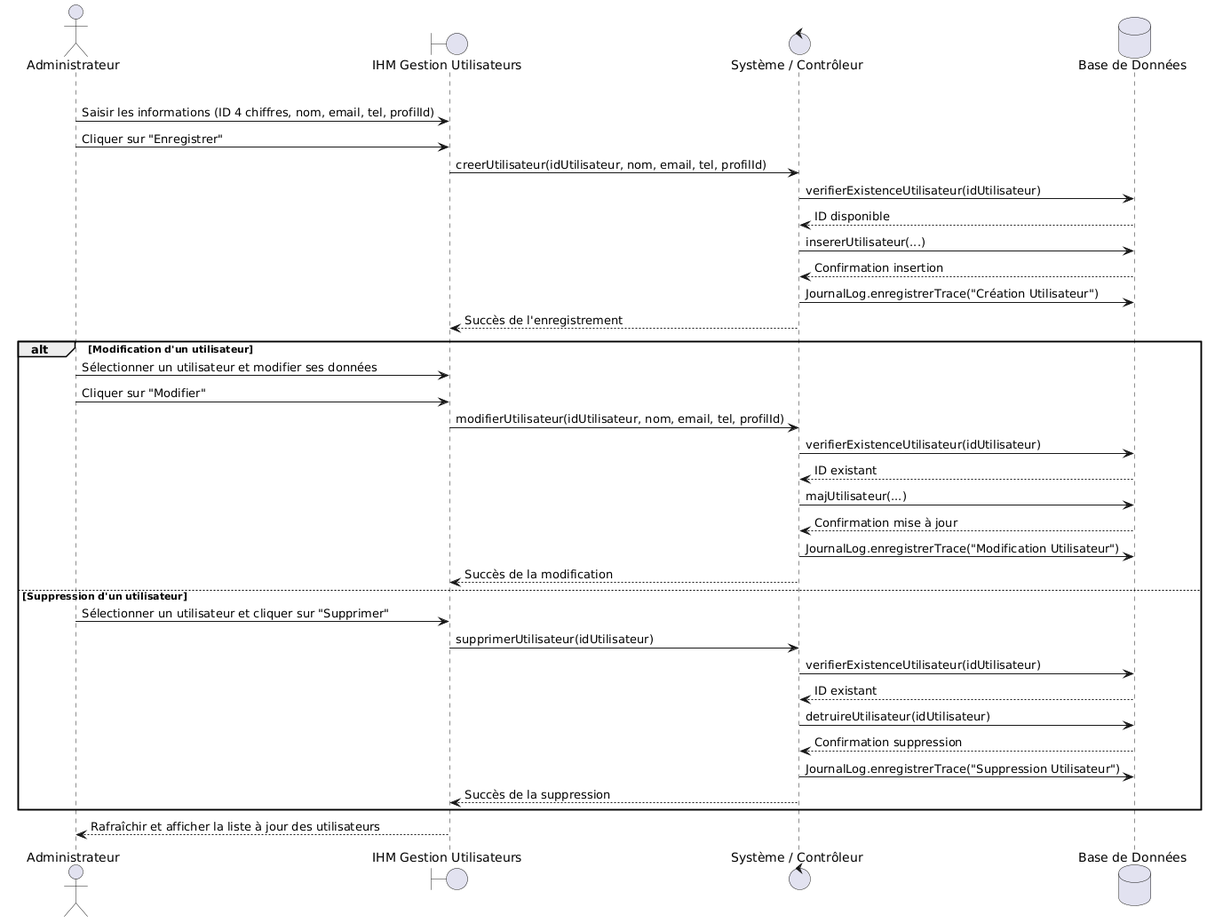
Earlier version of the PlantUML export assets/seq_admin.png (HamdiMohamedAli/STEG-Immobilisation-Project). Source of this version:
```plantuml
@startuml
actor Administrateur as Admin
boundary "IHM Gestion Utilisateurs" as IHM
control "Système / Contrôleur" as Sys
database "Base de Données" as BDD

alt Création d'un utilisateur
    Admin -> IHM: Saisir les informations (ID 4 chiffres, nom, email, tel, profilId)
    Admin -> IHM: Cliquer sur "Enregistrer"
    IHM -> Sys: creerUtilisateur(idUtilisateur, nom, email, tel, profilId)
    Sys -> BDD: verifierExistenceUtilisateur(idUtilisateur)
    BDD --> Sys: ID disponible
    Sys -> BDD: insererUtilisateur(...)
    BDD --> Sys: Confirmation insertion
    Sys -> BDD: JournalLog.enregistrerTrace("Création Utilisateur")
    Sys --> IHM: Succès de l'enregistrement

alt Modification d'un utilisateur
    Admin -> IHM: Sélectionner un utilisateur et modifier ses données
    Admin -> IHM: Cliquer sur "Modifier"
    IHM -> Sys: modifierUtilisateur(idUtilisateur, nom, email, tel, profilId)
    Sys -> BDD: verifierExistenceUtilisateur(idUtilisateur)
    BDD --> Sys: ID existant
    Sys -> BDD: majUtilisateur(...)
    BDD --> Sys: Confirmation mise à jour
    Sys -> BDD: JournalLog.enregistrerTrace("Modification Utilisateur")
    Sys --> IHM: Succès de la modification

else Suppression d'un utilisateur
    Admin -> IHM: Sélectionner un utilisateur et cliquer sur "Supprimer"
    IHM -> Sys: supprimerUtilisateur(idUtilisateur)
    Sys -> BDD: verifierExistenceUtilisateur(idUtilisateur)
    BDD --> Sys: ID existant
    Sys -> BDD: detruireUtilisateur(idUtilisateur)
    BDD --> Sys: Confirmation suppression
    Sys -> BDD: JournalLog.enregistrerTrace("Suppression Utilisateur")
    Sys --> IHM: Succès de la suppression
end

IHM --> Admin: Rafraîchir et afficher la liste à jour des utilisateurs
@enduml
```
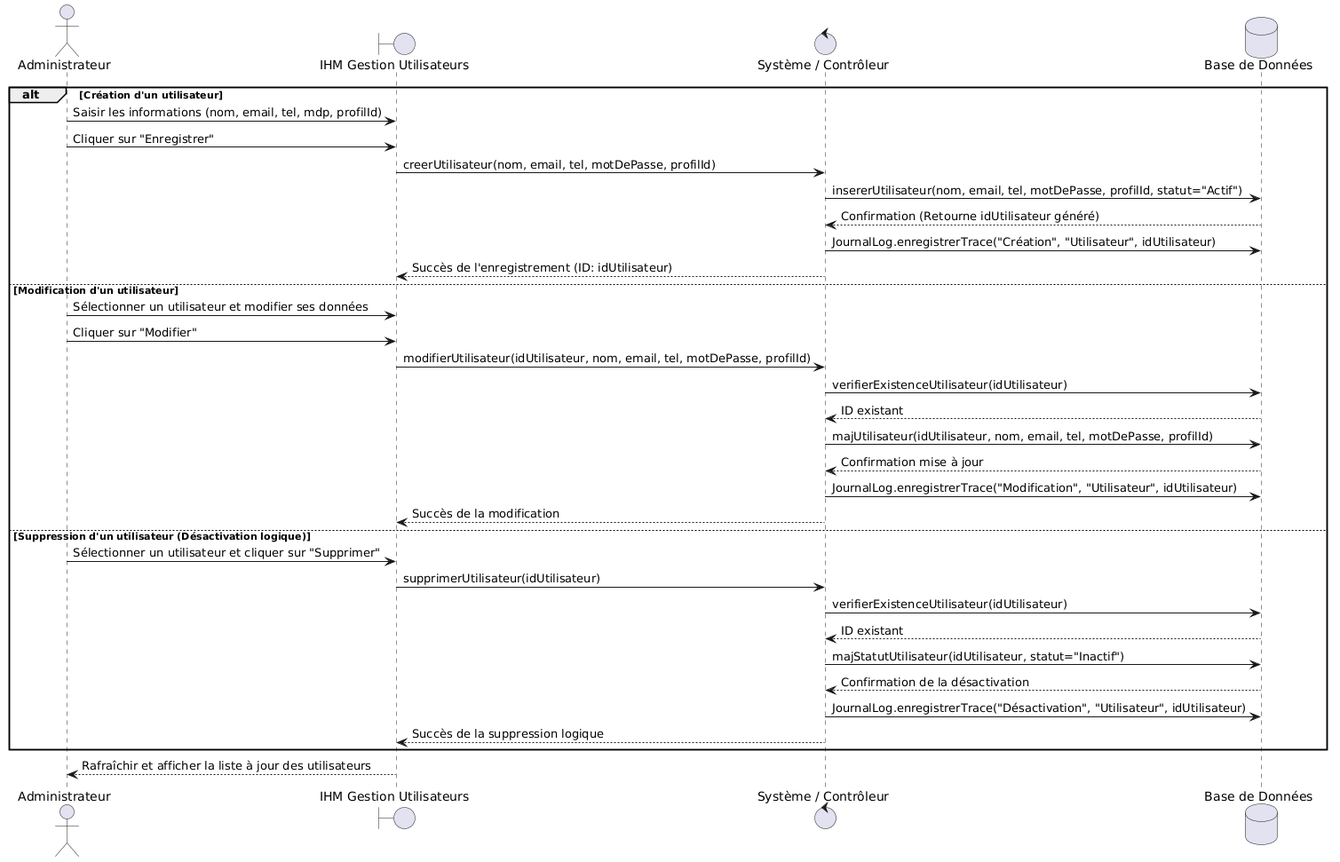
The same file after the commit.

Diff of the diagram source:
```diff
@@ -5,36 +5,38 @@
 database "Base de Données" as BDD
 
 alt Création d'un utilisateur
-    Admin -> IHM: Saisir les informations (ID 4 chiffres, nom, email, tel, profilId)
+    Admin -> IHM: Saisir les informations (nom, email, tel, mdp, profilId)
     Admin -> IHM: Cliquer sur "Enregistrer"
-    IHM -> Sys: creerUtilisateur(idUtilisateur, nom, email, tel, profilId)
-    Sys -> BDD: verifierExistenceUtilisateur(idUtilisateur)
-    BDD --> Sys: ID disponible
-    Sys -> BDD: insererUtilisateur(...)
-    BDD --> Sys: Confirmation insertion
-    Sys -> BDD: JournalLog.enregistrerTrace("Création Utilisateur")
-    Sys --> IHM: Succès de l'enregistrement
+    IHM -> Sys: creerUtilisateur(nom, email, tel, motDePasse, profilId)
 
-alt Modification d'un utilisateur
+    Sys -> BDD: insererUtilisateur(nom, email, tel, motDePasse, profilId, statut="Actif")
+    BDD --> Sys: Confirmation (Retourne idUtilisateur généré)
+
+    Sys -> BDD: JournalLog.enregistrerTrace("Création", "Utilisateur", idUtilisateur)
+    Sys --> IHM: Succès de l'enregistrement (ID: idUtilisateur)
+
+else Modification d'un utilisateur
     Admin -> IHM: Sélectionner un utilisateur et modifier ses données
     Admin -> IHM: Cliquer sur "Modifier"
-    IHM -> Sys: modifierUtilisateur(idUtilisateur, nom, email, tel, profilId)
+    IHM -> Sys: modifierUtilisateur(idUtilisateur, nom, email, tel, motDePasse, profilId)
     Sys -> BDD: verifierExistenceUtilisateur(idUtilisateur)
     BDD --> Sys: ID existant
-    Sys -> BDD: majUtilisateur(...)
+    Sys -> BDD: majUtilisateur(idUtilisateur, nom, email, tel, motDePasse, profilId)
     BDD --> Sys: Confirmation mise à jour
-    Sys -> BDD: JournalLog.enregistrerTrace("Modification Utilisateur")
+    Sys -> BDD: JournalLog.enregistrerTrace("Modification", "Utilisateur", idUtilisateur)
     Sys --> IHM: Succès de la modification
 
-else Suppression d'un utilisateur
+else Suppression d'un utilisateur (Désactivation logique)
     Admin -> IHM: Sélectionner un utilisateur et cliquer sur "Supprimer"
     IHM -> Sys: supprimerUtilisateur(idUtilisateur)
     Sys -> BDD: verifierExistenceUtilisateur(idUtilisateur)
     BDD --> Sys: ID existant
-    Sys -> BDD: detruireUtilisateur(idUtilisateur)
-    BDD --> Sys: Confirmation suppression
-    Sys -> BDD: JournalLog.enregistrerTrace("Suppression Utilisateur")
-    Sys --> IHM: Succès de la suppression
+
+    Sys -> BDD: majStatutUtilisateur(idUtilisateur, statut="Inactif")
+    BDD --> Sys: Confirmation de la désactivation
+
+    Sys -> BDD: JournalLog.enregistrerTrace("Désactivation", "Utilisateur", idUtilisateur)
+    Sys --> IHM: Succès de la suppression logique
 end
 
 IHM --> Admin: Rafraîchir et afficher la liste à jour des utilisateurs
```
